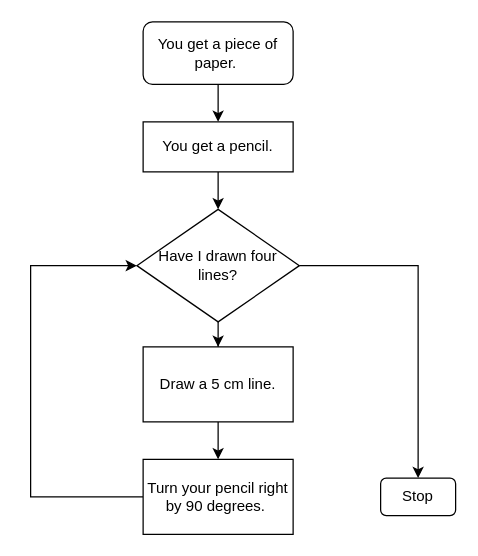
Earlier version of the draw.io diagram 2.6 Exercise Flowchart.drawio (ChloeXZheng/Flowcharts). Source tidied: cells renumbered, new cells numbered last; positions are measured from the earlier drawing's top-left corner, leaving out a move shared by most shapes. Both pictures are drawn from the tidied source at 125%, with x=0, y=0 at pixel (30, 21).
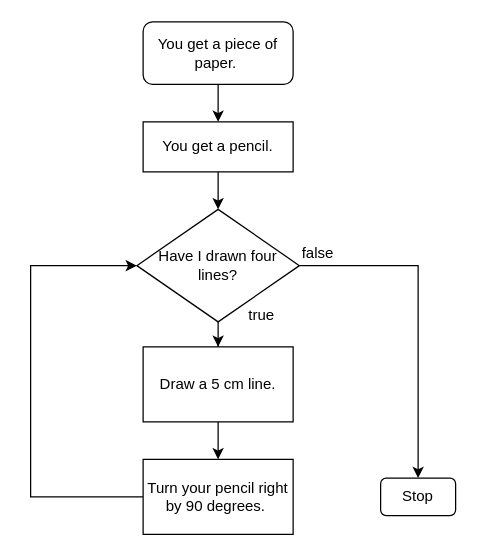
Above is the later version.

Diff of the diagram source:
```diff
@@
 <mxGraphModel>
   <root>
     <mxCell id="0" />
     <mxCell id="1" parent="0" />
     <mxCell id="2" style="edgeStyle=orthogonalEdgeStyle;rounded=0;jettySize=auto;html=1;" parent="1" edge="1" source="3" target="5">
       <mxGeometry relative="1" as="geometry" />
     </mxCell>
     <mxCell id="3" value="You get a piece of paper.&amp;nbsp;" style="rounded=1;whiteSpace=wrap;html=1;" parent="1" vertex="1">
       <mxGeometry x="90" width="120" height="50" as="geometry" />
     </mxCell>
     <mxCell id="4" style="edgeStyle=orthogonalEdgeStyle;rounded=0;jettySize=auto;html=1;" parent="1" edge="1" source="5" target="8">
       <mxGeometry relative="1" as="geometry" />
     </mxCell>
     <mxCell id="5" value="You get a pencil." style="rounded=0;whiteSpace=wrap;html=1;" parent="1" vertex="1">
       <mxGeometry x="90" y="80" width="120" height="40" as="geometry" />
     </mxCell>
     <mxCell id="6" style="edgeStyle=orthogonalEdgeStyle;rounded=0;jettySize=auto;html=1;" parent="1" edge="1" source="8" target="10">
       <mxGeometry relative="1" as="geometry" />
     </mxCell>
     <mxCell id="7" style="edgeStyle=orthogonalEdgeStyle;rounded=0;jettySize=auto;html=1;entryX=0.5;entryY=0;entryDx=0;entryDy=0;" parent="1" edge="1" source="8" target="13">
       <mxGeometry relative="1" as="geometry" />
     </mxCell>
     <mxCell id="8" value="Have I drawn four &lt;br&gt;lines?" style="rhombus;whiteSpace=wrap;html=1;" parent="1" vertex="1">
       <mxGeometry x="85" y="150" width="130" height="90" as="geometry" />
     </mxCell>
     <mxCell id="9" style="edgeStyle=orthogonalEdgeStyle;rounded=0;jettySize=auto;html=1;" parent="1" edge="1" source="10" target="12">
       <mxGeometry relative="1" as="geometry" />
     </mxCell>
     <mxCell id="10" value="Draw a 5 cm line." style="rounded=0;whiteSpace=wrap;html=1;" parent="1" vertex="1">
       <mxGeometry x="90" y="260" width="120" height="60" as="geometry" />
     </mxCell>
     <mxCell id="11" style="edgeStyle=orthogonalEdgeStyle;rounded=0;jettySize=auto;html=1;" parent="1" edge="1" source="12" target="8">
       <mxGeometry relative="1" as="geometry">
         <Array as="points">
           <mxPoint y="380" />
           <mxPoint y="195" />
         </Array>
       </mxGeometry>
     </mxCell>
     <mxCell id="12" value="Turn your pencil right by 90 degrees.&amp;nbsp;" style="rounded=0;whiteSpace=wrap;html=1;" parent="1" vertex="1">
       <mxGeometry x="90" y="350" width="120" height="60" as="geometry" />
     </mxCell>
     <mxCell id="13" value="Stop" style="rounded=1;whiteSpace=wrap;html=1;" parent="1" vertex="1">
       <mxGeometry x="280" y="365" width="60" height="30" as="geometry" />
     </mxCell>
+    <mxCell id="14" value="false" style="text;html=1;strokeColor=none;fillColor=none;align=center;verticalAlign=middle;whiteSpace=wrap;rounded=0;" parent="1" vertex="1">
+      <mxGeometry x="200" y="170" width="60" height="30" as="geometry" />
+    </mxCell>
+    <mxCell id="15" value="true" style="text;html=1;strokeColor=none;fillColor=none;align=center;verticalAlign=middle;whiteSpace=wrap;rounded=0;" parent="1" vertex="1">
+      <mxGeometry x="155" y="220" width="60" height="30" as="geometry" />
+    </mxCell>
   </root>
 </mxGraphModel>
```
